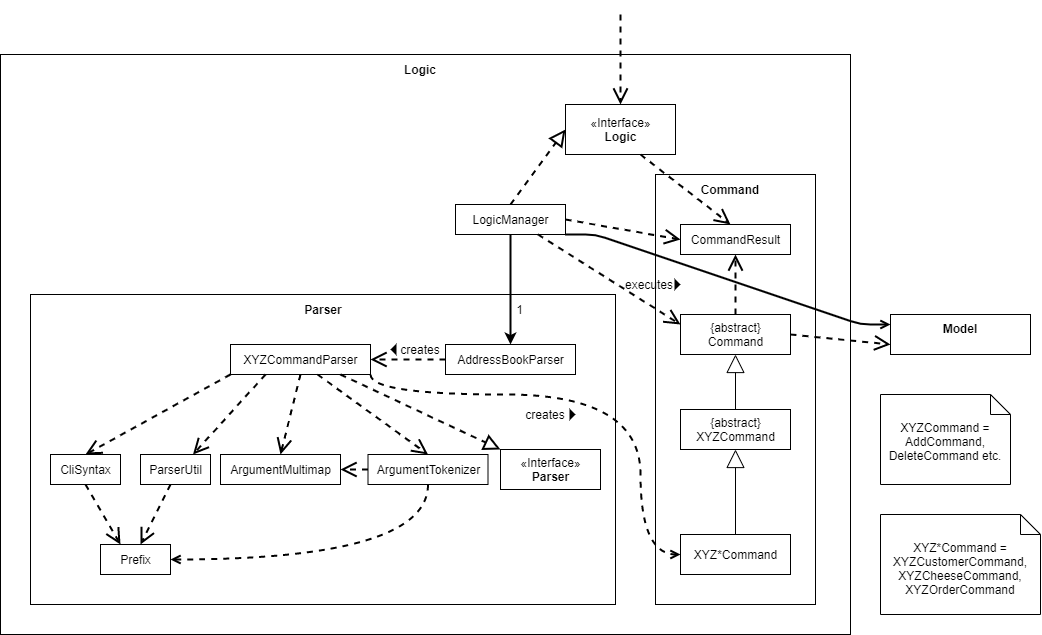
This is docs/images/LogicClassDiagram_CHIM.png from nus-cs2103-AY2021S2/tp, a draw.io export, as it was before one commit. Source tidied: cells renumbered, new cells last; positions are measured from the earlier drawing's top-left corner, leaving out a move shared by most shapes.
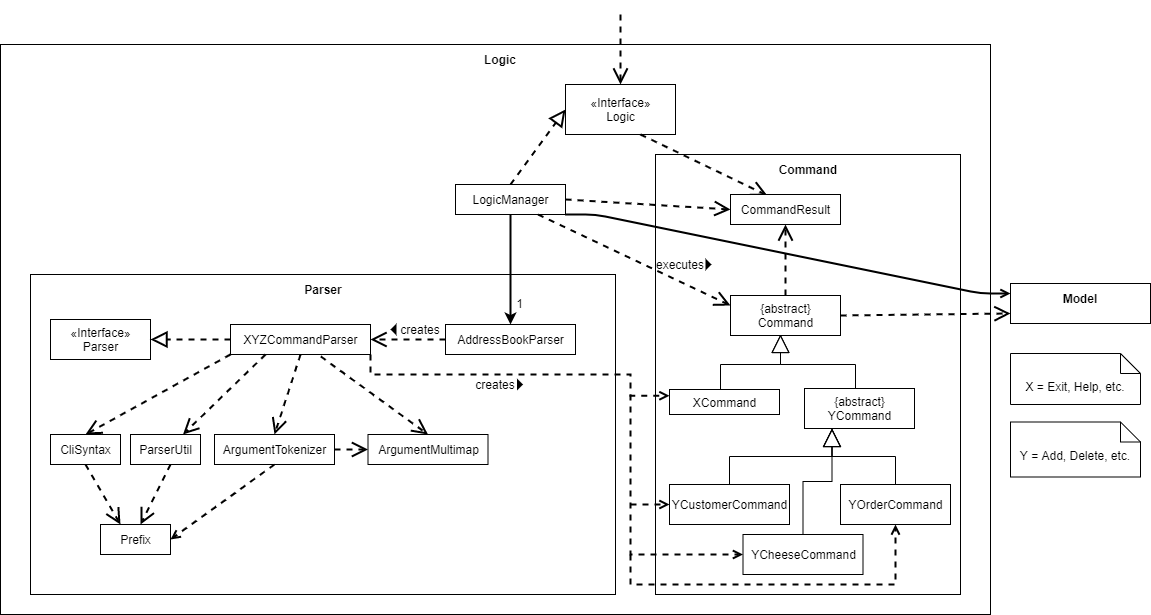
The same file after the commit.

Commit message:
Update Logic class diagram

The edit, as a diff of the source:
```diff
@@ -5,12 +5,9 @@
     <mxCell id="2" style="rounded=0;whiteSpace=wrap;html=1;" parent="1" vertex="1">
-      <mxGeometry y="40" width="850" height="580" as="geometry" />
+      <mxGeometry y="50" width="990" height="570" as="geometry" />
     </mxCell>
     <mxCell id="3" style="rounded=0;whiteSpace=wrap;html=1;fontColor=none;" parent="1" vertex="1">
-      <mxGeometry x="30" y="280" width="585" height="310" as="geometry" />
+      <mxGeometry x="30" y="280" width="585" height="320" as="geometry" />
     </mxCell>
-    <mxCell id="4" style="rounded=0;whiteSpace=wrap;html=1;" parent="1" vertex="1">
-      <mxGeometry x="890" y="300" width="140" height="40" as="geometry" />
-    </mxCell>
     <mxCell id="5" value="&lt;b&gt;&lt;font style=&quot;font-size: 12px&quot;&gt;Logic&lt;/font&gt;&lt;/b&gt;" style="text;html=1;strokeColor=none;fillColor=none;align=center;verticalAlign=middle;whiteSpace=wrap;rounded=0;" parent="1" vertex="1">
-      <mxGeometry x="375" y="40" width="90" height="30" as="geometry" />
+      <mxGeometry x="455" y="50" width="90" height="30" as="geometry" />
     </mxCell>
@@ -21,3 +18,3 @@
       <mxGeometry relative="1" as="geometry">
-        <mxPoint x="620" as="sourcePoint" />
+        <mxPoint x="620" y="20" as="sourcePoint" />
       </mxGeometry>
@@ -30,3 +27,3 @@
     </mxCell>
-    <mxCell id="10" value="«Interface»&lt;br&gt;&lt;b&gt;Logic&lt;/b&gt;" style="html=1;fontColor=none;" parent="1" vertex="1">
+    <mxCell id="10" value="«Interface»&lt;br&gt;Logic" style="html=1;fontColor=none;" parent="1" vertex="1">
       <mxGeometry x="565" y="90" width="110" height="50" as="geometry" />
@@ -34,16 +31,13 @@
     <mxCell id="11" style="rounded=0;whiteSpace=wrap;html=1;fontColor=none;" parent="1" vertex="1">
-      <mxGeometry x="655" y="160" width="160" height="430" as="geometry" />
+      <mxGeometry x="655" y="160" width="305" height="440" as="geometry" />
     </mxCell>
     <mxCell id="12" value="&lt;b&gt;&lt;font style=&quot;font-size: 12px&quot;&gt;Command&lt;/font&gt;&lt;/b&gt;" style="text;html=1;strokeColor=none;fillColor=none;align=center;verticalAlign=middle;whiteSpace=wrap;rounded=0;" parent="1" vertex="1">
-      <mxGeometry x="685" y="160" width="90" height="30" as="geometry" />
+      <mxGeometry x="762.5" y="160" width="90" height="30" as="geometry" />
     </mxCell>
     <mxCell id="13" value="{abstract}&lt;br&gt;Command" style="html=1;fontColor=none;" parent="1" vertex="1">
-      <mxGeometry x="680" y="300" width="110" height="40" as="geometry" />
+      <mxGeometry x="730" y="301" width="110" height="40" as="geometry" />
     </mxCell>
-    <mxCell id="14" value="{abstract}&lt;br&gt;XYZCommand" style="html=1;fontColor=none;" parent="1" vertex="1">
-      <mxGeometry x="680" y="395" width="110" height="40" as="geometry" />
+    <mxCell id="14" value="{abstract}&lt;br&gt;YCommand" style="html=1;fontColor=none;" parent="1" vertex="1">
+      <mxGeometry x="804" y="394" width="110" height="40" as="geometry" />
     </mxCell>
-    <mxCell id="15" value="&lt;b&gt;&lt;font style=&quot;font-size: 12px&quot;&gt;Model&lt;/font&gt;&lt;/b&gt;" style="text;html=1;strokeColor=none;fillColor=none;align=center;verticalAlign=middle;whiteSpace=wrap;rounded=0;" parent="1" vertex="1">
-      <mxGeometry x="915" y="299" width="90" height="30" as="geometry" />
-    </mxCell>
     <mxCell id="16" value="AddressBookParser" style="html=1;fontColor=none;" parent="1" vertex="1">
@@ -61,12 +55,12 @@
     <mxCell id="20" value="ParserUtil" style="html=1;fontColor=none;" parent="1" vertex="1">
-      <mxGeometry x="140" y="440" width="70" height="30" as="geometry" />
+      <mxGeometry x="130" y="440" width="70" height="30" as="geometry" />
     </mxCell>
     <mxCell id="21" value="ArgumentMultimap" style="html=1;fontColor=none;" parent="1" vertex="1">
-      <mxGeometry x="220" y="440" width="120" height="30" as="geometry" />
+      <mxGeometry x="367.5" y="440" width="120" height="30" as="geometry" />
     </mxCell>
     <mxCell id="22" value="ArgumentTokenizer" style="html=1;fontColor=none;" parent="1" vertex="1">
-      <mxGeometry x="367.5" y="440" width="120" height="30" as="geometry" />
+      <mxGeometry x="214" y="440" width="120" height="30" as="geometry" />
     </mxCell>
-    <mxCell id="23" value="«Interface»&lt;br&gt;&lt;b&gt;Parser&lt;/b&gt;" style="html=1;fontColor=none;" parent="1" vertex="1">
-      <mxGeometry x="500" y="435" width="100" height="40" as="geometry" />
+    <mxCell id="23" value="«Interface»&lt;br&gt;Parser" style="html=1;fontColor=none;" parent="1" vertex="1">
+      <mxGeometry x="50" y="325" width="100" height="40" as="geometry" />
     </mxCell>
@@ -75,6 +69,5 @@
     </mxCell>
-    <mxCell id="25" value="Use" style="endArrow=open;endSize=12;dashed=1;html=1;noLabel=1;fontColor=none;entryX=0.5;entryY=0;entryDx=0;entryDy=0;exitX=0.5;exitY=1;exitDx=0;exitDy=0;strokeWidth=2;" parent="1" edge="1">
+    <mxCell id="25" value="Use" style="endArrow=open;endSize=12;dashed=1;html=1;noLabel=1;fontColor=none;entryX=0.335;entryY=0.033;entryDx=0;entryDy=0;exitX=0.5;exitY=1;exitDx=0;exitDy=0;strokeWidth=2;entryPerimeter=0;" parent="1" edge="1" target="51">
       <mxGeometry relative="1" as="geometry">
         <mxPoint x="640" y="140" as="sourcePoint" />
-        <mxPoint x="730" y="210" as="targetPoint" />
       </mxGeometry>
@@ -87,4 +80,13 @@
     </mxCell>
-    <mxCell id="28" value="Extends" style="endArrow=block;endSize=16;endFill=0;html=1;strokeColor=#000000;exitX=0.5;exitY=0;exitDx=0;exitDy=0;entryX=0.5;entryY=1;entryDx=0;entryDy=0;noLabel=1;fontColor=none;" parent="1" edge="1" source="14" target="13">
-      <mxGeometry relative="1" as="geometry" />
+    <mxCell id="28" value="Extends" style="endArrow=block;endSize=16;endFill=0;html=1;strokeColor=#000000;exitX=0.5;exitY=0;exitDx=0;exitDy=0;noLabel=1;fontColor=none;edgeStyle=orthogonalEdgeStyle;rounded=0;" parent="1" edge="1">
+      <mxGeometry relative="1" as="geometry">
+        <mxPoint x="859" y="394" as="sourcePoint" />
+        <mxPoint x="780" y="340" as="targetPoint" />
+        <Array as="points">
+          <mxPoint x="855" y="394" />
+          <mxPoint x="855" y="370" />
+          <mxPoint x="780" y="370" />
+          <mxPoint x="780" y="340" />
+        </Array>
+      </mxGeometry>
     </mxCell>
@@ -93,9 +95,7 @@
     </mxCell>
-    <mxCell id="30" value="Use" style="endArrow=open;endSize=12;dashed=1;html=1;noLabel=1;fontColor=none;exitX=0.5;exitY=1;exitDx=0;exitDy=0;entryX=0.5;entryY=0;entryDx=0;entryDy=0;strokeWidth=2;" parent="1" edge="1" source="18" target="21">
+    <mxCell id="30" value="Use" style="endArrow=open;endSize=12;dashed=1;html=1;noLabel=1;fontColor=none;exitX=0.645;exitY=1.067;exitDx=0;exitDy=0;entryX=0.5;entryY=0;entryDx=0;entryDy=0;strokeWidth=2;exitPerimeter=0;" parent="1" edge="1" source="18" target="21">
       <mxGeometry relative="1" as="geometry" />
     </mxCell>
-    <mxCell id="31" value="Use" style="endArrow=open;endSize=12;dashed=1;html=1;noLabel=1;fontColor=none;entryX=0.5;entryY=0;entryDx=0;entryDy=0;strokeWidth=2;" parent="1" edge="1" target="22">
-      <mxGeometry relative="1" as="geometry">
-        <mxPoint x="317" y="360" as="sourcePoint" />
-      </mxGeometry>
+    <mxCell id="31" value="Use" style="endArrow=open;endSize=12;dashed=1;html=1;noLabel=1;fontColor=none;entryX=0.5;entryY=0;entryDx=0;entryDy=0;strokeWidth=2;exitX=0.5;exitY=1;exitDx=0;exitDy=0;" parent="1" edge="1" source="18" target="22">
+      <mxGeometry relative="1" as="geometry" />
     </mxCell>
@@ -121,14 +121,12 @@
     </mxCell>
-    <mxCell id="36" value="Use" style="endArrow=open;endSize=12;dashed=1;html=1;noLabel=1;fontColor=none;exitX=0;exitY=0.5;exitDx=0;exitDy=0;entryX=1;entryY=0.5;entryDx=0;entryDy=0;strokeWidth=2;" parent="1" edge="1" source="22" target="21">
+    <mxCell id="36" value="Use" style="endArrow=open;endSize=12;dashed=1;html=1;noLabel=1;fontColor=none;entryX=0;entryY=0.5;entryDx=0;entryDy=0;strokeWidth=2;exitX=1;exitY=0.5;exitDx=0;exitDy=0;" parent="1" edge="1" source="22" target="21">
       <mxGeometry relative="1" as="geometry" />
     </mxCell>
-    <mxCell id="37" style="endArrow=open;html=1;strokeColor=#000000;fontColor=none;rounded=1;exitX=0.5;exitY=1;exitDx=0;exitDy=0;entryX=1;entryY=0.5;entryDx=0;entryDy=0;dashed=1;strokeWidth=2;edgeStyle=orthogonalEdgeStyle;jumpStyle=none;curved=1;endFill=0;" parent="1" edge="1" source="22" target="24">
+    <mxCell id="37" style="endArrow=open;html=1;strokeColor=#000000;fontColor=none;rounded=0;exitX=0.5;exitY=1;exitDx=0;exitDy=0;entryX=1;entryY=0.5;entryDx=0;entryDy=0;dashed=1;strokeWidth=2;jumpStyle=none;endFill=0;" parent="1" edge="1" source="22" target="24">
       <mxGeometry relative="1" as="geometry" />
     </mxCell>
-    <mxCell id="38" value="Use" style="endArrow=block;endSize=12;dashed=1;html=1;noLabel=1;fontColor=none;entryX=0;entryY=0;entryDx=0;entryDy=0;strokeWidth=2;endFill=0;" parent="1" edge="1" target="23">
-      <mxGeometry relative="1" as="geometry">
-        <mxPoint x="340" y="360" as="sourcePoint" />
-      </mxGeometry>
+    <mxCell id="38" value="Use" style="endArrow=block;endSize=12;dashed=1;html=1;noLabel=1;fontColor=none;entryX=1;entryY=0.5;entryDx=0;entryDy=0;strokeWidth=2;endFill=0;exitX=0;exitY=0.5;exitDx=0;exitDy=0;" parent="1" edge="1" source="18" target="23">
+      <mxGeometry relative="1" as="geometry" />
     </mxCell>
-    <mxCell id="39" style="endArrow=open;html=1;strokeColor=#000000;fontColor=none;rounded=0;entryX=0;entryY=0.5;entryDx=0;entryDy=0;dashed=1;strokeWidth=2;jumpStyle=none;endFill=0;edgeStyle=orthogonalEdgeStyle;curved=1;" parent="1" edge="1" target="54">
+    <mxCell id="39" style="endArrow=open;html=1;strokeColor=#000000;fontColor=none;rounded=0;entryX=0;entryY=0.25;entryDx=0;entryDy=0;dashed=1;strokeWidth=2;jumpStyle=none;endFill=0;edgeStyle=orthogonalEdgeStyle;elbow=vertical;" parent="1" edge="1" target="58">
       <mxGeometry relative="1" as="geometry">
@@ -137,4 +135,4 @@
           <mxPoint x="370" y="380" />
-          <mxPoint x="640" y="380" />
-          <mxPoint x="640" y="540" />
+          <mxPoint x="630" y="380" />
+          <mxPoint x="630" y="401" />
         </Array>
@@ -142,7 +140,2 @@
     </mxCell>
-    <mxCell id="40" value="Use" style="endArrow=open;endSize=12;dashed=1;html=1;noLabel=1;fontColor=none;exitX=0.5;exitY=0;exitDx=0;exitDy=0;entryX=0.5;entryY=1;entryDx=0;entryDy=0;strokeWidth=2;" parent="1" edge="1" source="51">
-      <mxGeometry relative="1" as="geometry">
-        <mxPoint x="730" y="240" as="targetPoint" />
-      </mxGeometry>
-    </mxCell>
     <mxCell id="41" style="endArrow=open;html=1;strokeColor=#000000;fontColor=none;rounded=1;strokeWidth=2;jumpStyle=none;endFill=0;entryX=0;entryY=0.25;entryDx=0;entryDy=0;exitX=1;exitY=1;exitDx=0;exitDy=0;edgeStyle=entityRelationEdgeStyle;elbow=vertical;" parent="1" edge="1" source="9" target="4">
@@ -153,14 +146,2 @@
     </mxCell>
-    <mxCell id="43" value="creates" style="text;html=1;strokeColor=none;fillColor=none;align=center;verticalAlign=middle;whiteSpace=wrap;rounded=0;fontColor=none;" parent="1" vertex="1">
-      <mxGeometry x="390" y="330" width="60" height="10" as="geometry" />
-    </mxCell>
-    <mxCell id="44" value="creates" style="text;html=1;strokeColor=none;fillColor=none;align=center;verticalAlign=middle;whiteSpace=wrap;rounded=0;fontColor=none;" parent="1" vertex="1">
-      <mxGeometry x="525" y="390" width="40" height="20" as="geometry" />
-    </mxCell>
-    <mxCell id="45" value="executes" style="text;html=1;strokeColor=none;fillColor=none;align=center;verticalAlign=middle;whiteSpace=wrap;rounded=0;fontColor=none;" parent="1" vertex="1">
-      <mxGeometry x="629" y="260" width="40" height="20" as="geometry" />
-    </mxCell>
-    <mxCell id="46" style="triangle;fillColor=#000000;fontSize=6;fontColor=none;strokeColor=none;" parent="1" vertex="1">
-      <mxGeometry x="569" y="394" width="6" height="12" as="geometry" />
-    </mxCell>
     <mxCell id="47" style="endArrow=none;html=1;rounded=0;align=center;verticalAlign=bottom;labelBackgroundColor=none;strokeWidth=1;fontSize=6;fontColor=none;strokeColor=none;" parent="1" edge="1">
@@ -171,13 +152,7 @@
     </mxCell>
-    <mxCell id="48" style="triangle;fillColor=#000000;fontSize=6;fontColor=none;strokeColor=none;rotation=-180;" parent="1" vertex="1">
-      <mxGeometry x="390" y="329" width="6" height="12" as="geometry" />
-    </mxCell>
-    <mxCell id="49" style="triangle;fillColor=#000000;fontSize=6;fontColor=none;strokeColor=none;" parent="1" vertex="1">
-      <mxGeometry x="674" y="264" width="6" height="12" as="geometry" />
-    </mxCell>
     <mxCell id="50" value="1" style="text;html=1;strokeColor=none;fillColor=none;align=center;verticalAlign=middle;whiteSpace=wrap;rounded=0;fontColor=none;" parent="1" vertex="1">
-      <mxGeometry x="509" y="290" width="21" height="10" as="geometry" />
+      <mxGeometry x="509" y="304" width="21" height="10" as="geometry" />
     </mxCell>
     <mxCell id="51" value="CommandResult" style="html=1;fontColor=none;" parent="1" vertex="1">
-      <mxGeometry x="680" y="210" width="110" height="30" as="geometry" />
+      <mxGeometry x="730" y="200" width="110" height="30" as="geometry" />
     </mxCell>
@@ -186,14 +161,101 @@
     </mxCell>
-    <mxCell id="53" value="&lt;font style=&quot;font-size: 12px&quot;&gt;XYZCommand = AddCommand, DeleteCommand etc.&lt;/font&gt;" style="shape=note2;boundedLbl=1;whiteSpace=wrap;html=1;size=20;verticalAlign=top;align=center;fontSize=6;fontColor=none;" parent="1" vertex="1">
-      <mxGeometry x="880" y="380" width="130" height="90" as="geometry" />
+    <mxCell id="53" value="&lt;font style=&quot;font-size: 12px&quot;&gt;Y = Add, Delete, etc.&lt;/font&gt;" style="shape=note2;boundedLbl=1;whiteSpace=wrap;html=1;size=20;verticalAlign=top;align=center;fontSize=6;fontColor=none;" parent="1" vertex="1">
+      <mxGeometry x="1010" y="427.5" width="130" height="55" as="geometry" />
     </mxCell>
-    <mxCell id="54" value="XYZ*Command" style="html=1;fontColor=none;" parent="1" vertex="1">
-      <mxGeometry x="680" y="520" width="110" height="40" as="geometry" />
+    <mxCell id="54" value="YCustomerCommand" style="html=1;fontColor=none;" parent="1" vertex="1">
+      <mxGeometry x="669" y="490" width="120" height="40" as="geometry" />
     </mxCell>
-    <mxCell id="55" value="Extends" style="endArrow=block;endSize=16;endFill=0;html=1;strokeColor=#000000;exitX=0.5;exitY=0;exitDx=0;exitDy=0;noLabel=1;fontColor=none;entryX=0.5;entryY=1;entryDx=0;entryDy=0;" parent="1" edge="1" source="54" target="14">
+    <mxCell id="55" value="Extends" style="endArrow=block;endSize=16;endFill=0;html=1;strokeColor=#000000;exitX=0.5;exitY=0;exitDx=0;exitDy=0;noLabel=1;fontColor=none;entryX=0.25;entryY=1;entryDx=0;entryDy=0;edgeStyle=orthogonalEdgeStyle;rounded=0;" parent="1" edge="1" source="54" target="14">
       <mxGeometry relative="1" as="geometry" />
     </mxCell>
-    <mxCell id="56" value="&lt;font style=&quot;font-size: 12px&quot;&gt;XYZ*Command =&lt;br&gt;XYZCustomerCommand, XYZCheeseCommand, XYZOrderCommand&lt;/font&gt;" style="shape=note2;boundedLbl=1;whiteSpace=wrap;html=1;size=20;verticalAlign=top;align=center;fontSize=6;fontColor=none;" parent="1" vertex="1">
-      <mxGeometry x="880" y="500" width="160" height="100" as="geometry" />
-    </mxCell>
+    <mxCell id="57" value="&lt;span style=&quot;font-size: 12px&quot;&gt;X = Exit, Help, etc.&lt;br&gt;&lt;br&gt;&lt;/span&gt;" style="shape=note2;boundedLbl=1;whiteSpace=wrap;html=1;size=20;verticalAlign=top;align=center;fontSize=6;fontColor=none;" parent="1" vertex="1">
+      <mxGeometry x="1010" y="359" width="130" height="51" as="geometry" />
+    </mxCell>
+    <mxCell id="58" value="XCommand" style="html=1;fontColor=none;" parent="1" vertex="1">
+      <mxGeometry x="669" y="395" width="110" height="25" as="geometry" />
+    </mxCell>
+    <mxCell id="59" value="YCheeseCommand" style="html=1;fontColor=none;" parent="1" vertex="1">
+      <mxGeometry x="742.5" y="540" width="120" height="40" as="geometry" />
+    </mxCell>
+    <mxCell id="60" value="YOrderCommand" style="html=1;fontColor=none;" parent="1" vertex="1">
+      <mxGeometry x="840" y="490" width="110" height="40" as="geometry" />
+    </mxCell>
+    <mxCell id="61" value="Extends" style="endArrow=block;endSize=16;endFill=0;html=1;strokeColor=#000000;exitX=0.5;exitY=0;exitDx=0;exitDy=0;noLabel=1;fontColor=none;edgeStyle=orthogonalEdgeStyle;rounded=0;entryX=0.25;entryY=1;entryDx=0;entryDy=0;" parent="1" edge="1" source="60" target="14">
+      <mxGeometry relative="1" as="geometry" />
+    </mxCell>
+    <mxCell id="62" value="Extends" style="endArrow=block;endSize=16;endFill=0;html=1;strokeColor=#000000;exitX=0.5;exitY=0;exitDx=0;exitDy=0;noLabel=1;fontColor=none;edgeStyle=orthogonalEdgeStyle;rounded=0;entryX=0.25;entryY=1;entryDx=0;entryDy=0;" parent="1" edge="1" source="59" target="14">
+      <mxGeometry relative="1" as="geometry" />
+    </mxCell>
+    <mxCell id="63" style="endArrow=open;html=1;strokeColor=#000000;fontColor=none;rounded=0;dashed=1;strokeWidth=2;jumpStyle=none;endFill=0;elbow=vertical;edgeStyle=orthogonalEdgeStyle;entryX=0;entryY=0.5;entryDx=0;entryDy=0;" parent="1" edge="1" target="59">
+      <mxGeometry relative="1" as="geometry">
+        <mxPoint x="630" y="400" as="sourcePoint" />
+        <Array as="points">
+          <mxPoint x="630" y="560" />
+        </Array>
+      </mxGeometry>
+    </mxCell>
+    <mxCell id="64" style="endArrow=open;html=1;strokeColor=#000000;fontColor=none;rounded=0;dashed=1;strokeWidth=2;jumpStyle=none;endFill=0;elbow=vertical;edgeStyle=orthogonalEdgeStyle;" parent="1" edge="1" target="60">
+      <mxGeometry relative="1" as="geometry">
+        <mxPoint x="630" y="560" as="sourcePoint" />
+        <Array as="points">
+          <mxPoint x="630" y="590" />
+          <mxPoint x="895" y="590" />
+        </Array>
+      </mxGeometry>
+    </mxCell>
+    <mxCell id="65" style="endArrow=open;html=1;strokeColor=#000000;fontColor=none;rounded=0;dashed=1;strokeWidth=2;jumpStyle=none;endFill=0;elbow=vertical;edgeStyle=orthogonalEdgeStyle;entryX=0;entryY=0.5;entryDx=0;entryDy=0;" parent="1" edge="1" target="54">
+      <mxGeometry relative="1" as="geometry">
+        <mxPoint x="630" y="510" as="sourcePoint" />
+        <Array as="points">
+          <mxPoint x="640" y="510" />
+          <mxPoint x="640" y="510" />
+        </Array>
+      </mxGeometry>
+    </mxCell>
+    <mxCell id="66" style="group;" parent="1" vertex="1">
+      <mxGeometry x="475" y="380" width="47.5" height="20" as="geometry" />
+    </mxCell>
+    <mxCell id="44" value="creates" style="text;html=1;strokeColor=none;fillColor=none;align=center;verticalAlign=middle;whiteSpace=wrap;rounded=0;fontColor=none;" parent="66" vertex="1">
+      <mxGeometry width="40" height="20" as="geometry" />
+    </mxCell>
+    <mxCell id="46" style="triangle;fillColor=#000000;fontSize=6;fontColor=none;strokeColor=none;" parent="66" vertex="1">
+      <mxGeometry x="41.5" y="4" width="6" height="12" as="geometry" />
+    </mxCell>
+    <mxCell id="67" style="group;" parent="1" vertex="1">
+      <mxGeometry x="390" y="329" width="60" height="12" as="geometry" />
+    </mxCell>
+    <mxCell id="43" value="creates" style="text;html=1;strokeColor=none;fillColor=none;align=center;verticalAlign=middle;whiteSpace=wrap;rounded=0;fontColor=none;" parent="67" vertex="1">
+      <mxGeometry y="1" width="60" height="10" as="geometry" />
+    </mxCell>
+    <mxCell id="48" style="triangle;fillColor=#000000;fontSize=6;fontColor=none;strokeColor=none;rotation=-180;" parent="67" vertex="1">
+      <mxGeometry width="6" height="12" as="geometry" />
+    </mxCell>
+    <mxCell id="68" style="group;" parent="1" vertex="1">
+      <mxGeometry x="1010" y="289" width="140" height="40" as="geometry" />
+    </mxCell>
+    <mxCell id="4" style="rounded=0;whiteSpace=wrap;html=1;" parent="68" vertex="1">
+      <mxGeometry width="140" height="40" as="geometry" />
+    </mxCell>
+    <mxCell id="15" value="&lt;b&gt;&lt;font style=&quot;font-size: 12px&quot;&gt;Model&lt;/font&gt;&lt;/b&gt;" style="text;html=1;strokeColor=none;fillColor=none;align=center;verticalAlign=middle;whiteSpace=wrap;rounded=0;" parent="68" vertex="1">
+      <mxGeometry x="25" width="90" height="30" as="geometry" />
+    </mxCell>
+    <mxCell id="69" value="Extends" style="endArrow=block;endSize=16;endFill=0;html=1;strokeColor=#000000;noLabel=1;fontColor=none;edgeStyle=orthogonalEdgeStyle;rounded=0;exitX=0.5;exitY=0;exitDx=0;exitDy=0;" parent="1" edge="1" source="58">
+      <mxGeometry relative="1" as="geometry">
+        <mxPoint x="780" y="340" as="targetPoint" />
+        <Array as="points">
+          <mxPoint x="720" y="395" />
+          <mxPoint x="720" y="370" />
+          <mxPoint x="780" y="370" />
+        </Array>
+      </mxGeometry>
+    </mxCell>
+    <mxCell id="70" style="group;" parent="1" vertex="1">
+      <mxGeometry x="660" y="260" width="51" height="20" as="geometry" />
+    </mxCell>
+    <mxCell id="45" value="executes" style="text;html=1;strokeColor=none;fillColor=none;align=center;verticalAlign=middle;whiteSpace=wrap;rounded=0;fontColor=none;" parent="70" vertex="1">
+      <mxGeometry width="40" height="20" as="geometry" />
+    </mxCell>
+    <mxCell id="49" style="triangle;fillColor=#000000;fontSize=6;fontColor=none;strokeColor=none;" parent="70" vertex="1">
+      <mxGeometry x="45" y="4" width="6" height="12" as="geometry" />
+    </mxCell>
   </root>
```
